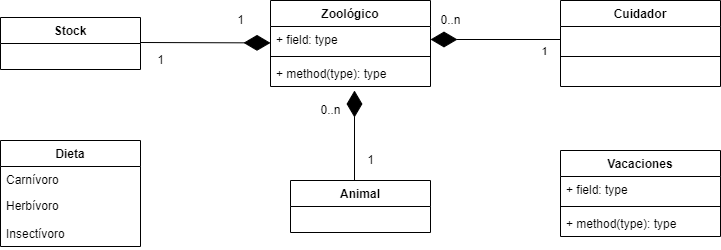
The draw.io diagram ejercicio5.png in MiguelGG03/ejercicios_mediante_uml_-grupos-, before a commit. Source tidied: cells renumbered, new cells last; positions are measured from the earlier drawing's top-left corner, leaving out a move shared by most shapes.
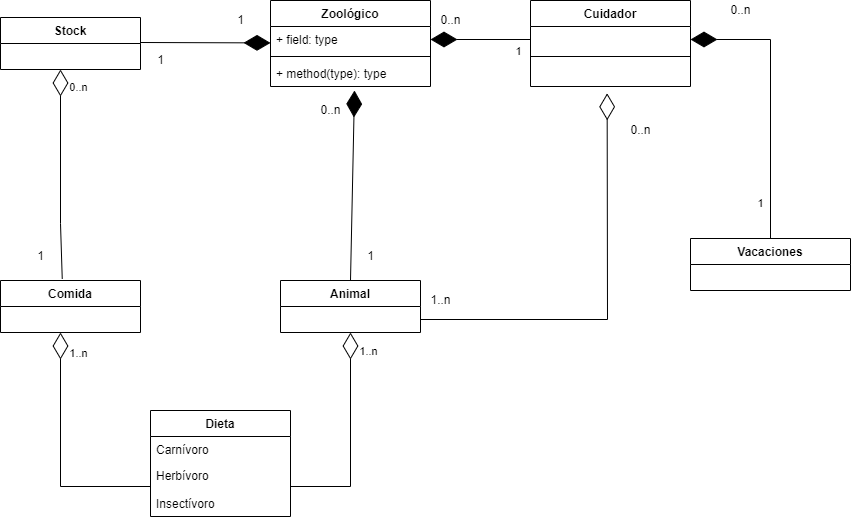
Above is the later version.

Diff of the diagram source:
```diff
@@ -3,19 +3,13 @@
     <mxCell id="0" />
     <mxCell id="1" parent="0" />
     <mxCell id="2" value="Vacaciones" style="swimlane;fontStyle=1;align=center;verticalAlign=top;horizontal=1;startSize=26;strokeColor=#000000;" parent="1" vertex="1">
-      <mxGeometry x="560" y="150" width="160" height="86" as="geometry" />
+      <mxGeometry x="690" y="238" width="160" height="52" as="geometry" />
     </mxCell>
-    <mxCell id="3" value="+ field: type" style="text;strokeColor=none;fillColor=none;align=left;verticalAlign=top;spacingLeft=4;spacingRight=4;overflow=hidden;" parent="2" vertex="1">
+    <mxCell id="3" value=" " style="text;strokeColor=none;fillColor=none;align=left;verticalAlign=top;spacingLeft=4;spacingRight=4;overflow=hidden;" parent="2" vertex="1">
       <mxGeometry y="26" width="160" height="26" as="geometry" />
     </mxCell>
-    <mxCell id="4" style="line;strokeWidth=1;fillColor=none;align=left;verticalAlign=middle;spacingTop=-1;spacingLeft=3;spacingRight=3;labelPosition=right;" parent="2" vertex="1">
-      <mxGeometry y="52" width="160" height="8" as="geometry" />
-    </mxCell>
-    <mxCell id="5" value="+ method(type): type" style="text;strokeColor=none;fillColor=none;align=left;verticalAlign=top;spacingLeft=4;spacingRight=4;overflow=hidden;" parent="2" vertex="1">
-      <mxGeometry y="60" width="160" height="26" as="geometry" />
-    </mxCell>
     <mxCell id="6" value="Cuidador" style="swimlane;fontStyle=1;align=center;verticalAlign=top;horizontal=1;startSize=26;strokeColor=#000000;" parent="1" vertex="1">
-      <mxGeometry x="560" width="160" height="86" as="geometry" />
+      <mxGeometry x="530" width="160" height="86" as="geometry" />
     </mxCell>
     <mxCell id="7" value="&#10;  " style="text;strokeColor=none;fillColor=none;align=left;verticalAlign=top;spacingLeft=4;spacingRight=4;overflow=hidden;points=[[0,0.5],[1,0.5]];portConstraint=eastwest;" parent="6" vertex="1">
       <mxGeometry y="26" width="160" height="26" as="geometry" />
@@ -39,13 +33,13 @@
       <mxGeometry y="60" width="160" height="26" as="geometry" />
     </mxCell>
     <mxCell id="14" value="Animal" style="swimlane;fontStyle=1;horizontal=1;startSize=26;fillColor=none;strokeColor=#000000;" parent="1" vertex="1">
-      <mxGeometry x="290" y="180" width="140" height="52" as="geometry" />
+      <mxGeometry x="280" y="280" width="140" height="52" as="geometry" />
     </mxCell>
     <mxCell id="15" value=" " style="text;strokeColor=none;fillColor=none;align=left;verticalAlign=top;spacingLeft=4;spacingRight=4;overflow=hidden;points=[[0,0.5],[1,0.5]];portConstraint=eastwest;" parent="14" vertex="1">
       <mxGeometry y="26" width="140" height="26" as="geometry" />
     </mxCell>
     <mxCell id="16" value="Dieta" style="swimlane;fontStyle=1;horizontal=1;startSize=26;fillColor=none;strokeColor=#000000;" parent="1" vertex="1">
-      <mxGeometry y="140" width="140" height="106" as="geometry" />
+      <mxGeometry x="150" y="410" width="140" height="106" as="geometry" />
     </mxCell>
     <mxCell id="17" value="Carnívoro" style="text;strokeColor=none;fillColor=none;align=left;verticalAlign=top;spacingLeft=4;spacingRight=4;overflow=hidden;" parent="16" vertex="1">
       <mxGeometry y="26" width="140" height="26" as="geometry" />
@@ -62,10 +56,8 @@
         <mxPoint x="270" y="42.4" as="targetPoint" />
       </mxGeometry>
     </mxCell>
-    <mxCell id="21" style="endArrow=diamondThin;endFill=1;endSize=24;html=1;rounded=0;entryX=1;entryY=0.5;entryDx=0;entryDy=0;" parent="1" edge="1" target="11">
-      <mxGeometry relative="1" as="geometry">
-        <mxPoint x="560" y="39" as="sourcePoint" />
-      </mxGeometry>
+    <mxCell id="21" style="endArrow=diamondThin;endFill=1;endSize=24;html=1;rounded=0;entryX=1;entryY=0.5;entryDx=0;entryDy=0;exitX=0;exitY=0.5;exitDx=0;exitDy=0;" parent="1" edge="1" source="7" target="11">
+      <mxGeometry relative="1" as="geometry" />
     </mxCell>
     <mxCell id="22" value="1" style="edgeLabel;html=1;align=center;verticalAlign=middle;" parent="21" vertex="1">
       <mxGeometry x="-0.75" y="11" relative="1" as="geometry" />
@@ -76,9 +68,8 @@
     <mxCell id="24" value=" " style="text;strokeColor=none;fillColor=none;align=left;verticalAlign=top;spacingLeft=4;spacingRight=4;overflow=hidden;" parent="23" vertex="1">
       <mxGeometry y="26" width="140" height="26" as="geometry" />
     </mxCell>
-    <mxCell id="25" style="endArrow=diamondThin;endFill=1;endSize=24;html=1;rounded=0;" parent="1" edge="1">
+    <mxCell id="25" style="endArrow=diamondThin;endFill=1;endSize=24;html=1;rounded=0;exitX=0.5;exitY=0;exitDx=0;exitDy=0;" parent="1" edge="1" source="14">
       <mxGeometry relative="1" as="geometry">
-        <mxPoint x="354" y="180" as="sourcePoint" />
         <mxPoint x="354" y="90" as="targetPoint" />
       </mxGeometry>
     </mxCell>
@@ -89,7 +80,7 @@
       <mxGeometry x="430" y="10" width="40" height="20" as="geometry" />
     </mxCell>
     <mxCell id="28" value="1" style="text;html=1;align=center;verticalAlign=middle;strokeColor=none;fillColor=none;" parent="1" vertex="1">
-      <mxGeometry x="360" y="150" width="20" height="20" as="geometry" />
+      <mxGeometry x="360" y="246" width="20" height="20" as="geometry" />
     </mxCell>
     <mxCell id="29" value="1" style="text;html=1;align=center;verticalAlign=middle;strokeColor=none;fillColor=none;" parent="1" vertex="1">
       <mxGeometry x="230" y="10" width="20" height="20" as="geometry" />
@@ -97,5 +88,74 @@
     <mxCell id="30" value="1" style="text;html=1;align=center;verticalAlign=middle;strokeColor=none;fillColor=none;" parent="1" vertex="1">
       <mxGeometry x="150" y="50" width="20" height="20" as="geometry" />
     </mxCell>
+    <mxCell id="31" value="Comida" style="swimlane;fontStyle=1;horizontal=1;startSize=26;fillColor=none;strokeColor=#000000;" parent="1" vertex="1">
+      <mxGeometry y="280" width="140" height="52" as="geometry" />
+    </mxCell>
+    <mxCell id="32" value=" " style="text;strokeColor=none;fillColor=none;align=left;verticalAlign=top;spacingLeft=4;spacingRight=4;overflow=hidden;" parent="31" vertex="1">
+      <mxGeometry y="26" width="140" height="26" as="geometry" />
+    </mxCell>
+    <mxCell id="33" style="endArrow=diamondThin;endFill=1;endSize=24;html=1;rounded=0;entryX=1;entryY=0.5;entryDx=0;entryDy=0;exitX=0.5;exitY=0;exitDx=0;exitDy=0;" parent="1" edge="1" source="2" target="7">
+      <mxGeometry relative="1" as="geometry">
+        <Array as="points">
+          <mxPoint x="770" y="39" />
+        </Array>
+      </mxGeometry>
+    </mxCell>
+    <mxCell id="34" value="1" style="edgeLabel;html=1;align=center;verticalAlign=middle;" parent="33" vertex="1">
+      <mxGeometry x="-0.75" y="11" relative="1" as="geometry" />
+    </mxCell>
+    <mxCell id="35" value="0..n" style="text;html=1;align=center;verticalAlign=middle;strokeColor=none;fillColor=none;" parent="1" vertex="1">
+      <mxGeometry x="720" width="40" height="20" as="geometry" />
+    </mxCell>
+    <mxCell id="36" style="endArrow=diamondThin;endFill=0;endSize=24;html=1;rounded=0;exitX=1;exitY=0.5;exitDx=0;exitDy=0;entryX=0.479;entryY=1.262;entryDx=0;entryDy=0;entryPerimeter=0;" parent="1" edge="1" source="15" target="9">
+      <mxGeometry relative="1" as="geometry">
+        <Array as="points">
+          <mxPoint x="607" y="319" />
+        </Array>
+      </mxGeometry>
+    </mxCell>
+    <mxCell id="37" value="1..n" style="text;html=1;align=center;verticalAlign=middle;strokeColor=none;fillColor=none;" parent="1" vertex="1">
+      <mxGeometry x="420" y="290" width="40" height="20" as="geometry" />
+    </mxCell>
+    <mxCell id="38" value="0..n" style="text;html=1;align=center;verticalAlign=middle;strokeColor=none;fillColor=none;" parent="1" vertex="1">
+      <mxGeometry x="620" y="120" width="40" height="20" as="geometry" />
+    </mxCell>
+    <mxCell id="39" style="endArrow=diamondThin;endFill=0;endSize=24;html=1;rounded=0;entryX=0.5;entryY=1;entryDx=0;entryDy=0;" parent="1" edge="1" target="14">
+      <mxGeometry relative="1" as="geometry">
+        <mxPoint x="290" y="486" as="sourcePoint" />
+        <Array as="points">
+          <mxPoint x="350" y="486" />
+        </Array>
+      </mxGeometry>
+    </mxCell>
+    <mxCell id="40" value="1..n" style="edgeLabel;html=1;align=center;verticalAlign=middle;" parent="39" vertex="1">
+      <mxGeometry x="0.83" y="-17" relative="1" as="geometry" />
+    </mxCell>
+    <mxCell id="41" style="endArrow=diamondThin;endFill=0;endSize=24;html=1;rounded=0;entryX=0.5;entryY=1;entryDx=0;entryDy=0;" parent="1" edge="1">
+      <mxGeometry relative="1" as="geometry">
+        <mxPoint x="150" y="486" as="sourcePoint" />
+        <mxPoint x="60" y="332" as="targetPoint" />
+        <Array as="points">
+          <mxPoint x="60" y="486" />
+        </Array>
+      </mxGeometry>
+    </mxCell>
+    <mxCell id="42" value="1..n" style="edgeLabel;html=1;align=center;verticalAlign=middle;" parent="41" vertex="1">
+      <mxGeometry x="0.83" y="-17" relative="1" as="geometry" />
+    </mxCell>
+    <mxCell id="43" style="endArrow=diamondThin;endFill=0;endSize=24;html=1;rounded=0;entryX=0.5;entryY=1;entryDx=0;entryDy=0;exitX=0.441;exitY=-0.034;exitDx=0;exitDy=0;exitPerimeter=0;" parent="1" edge="1" source="31">
+      <mxGeometry relative="1" as="geometry">
+        <mxPoint x="60" y="69" as="targetPoint" />
+        <Array as="points">
+          <mxPoint x="60" y="223" />
+        </Array>
+      </mxGeometry>
+    </mxCell>
+    <mxCell id="44" value="0..n" style="edgeLabel;html=1;align=center;verticalAlign=middle;" parent="43" vertex="1">
+      <mxGeometry x="0.83" y="-17" relative="1" as="geometry" />
+    </mxCell>
+    <mxCell id="45" value="1" style="text;html=1;align=center;verticalAlign=middle;strokeColor=none;fillColor=none;" parent="1" vertex="1">
+      <mxGeometry x="30" y="246" width="20" height="20" as="geometry" />
+    </mxCell>
   </root>
 </mxGraphModel>
```
